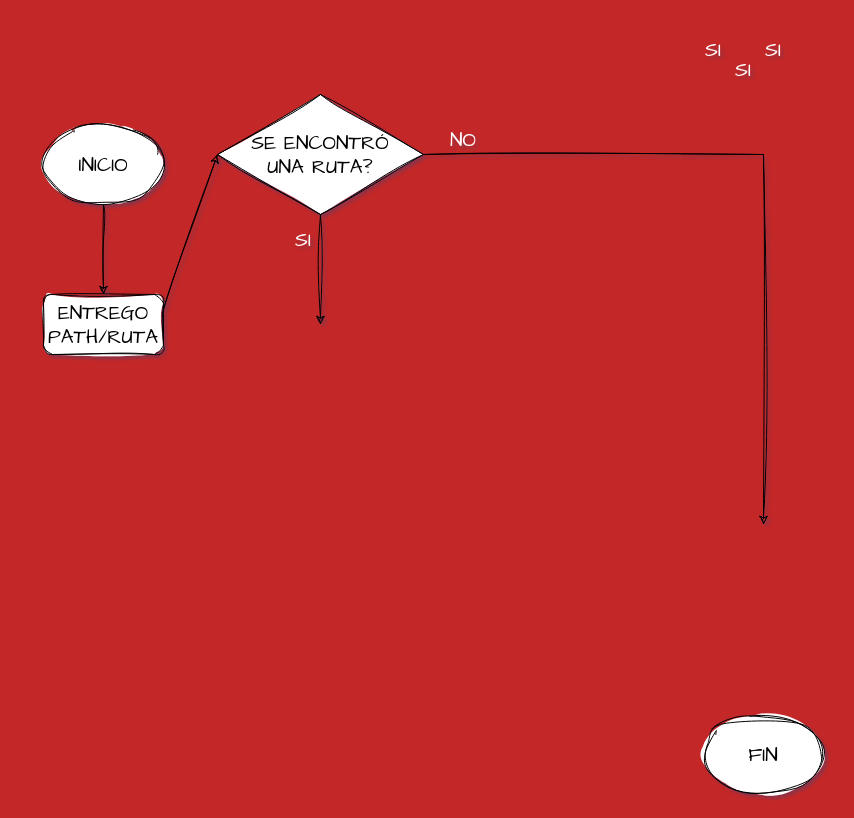
Before: Diagrama sin título.drawio in ElenaNorambuena/DEV007-md-links, a draw.io diagram. Source tidied: cells renumbered, new cells numbered last; positions are measured from the earlier drawing's top-left corner, leaving out a move shared by most shapes. Both pictures are drawn from the tidied source at 100%, with x=0, y=0 at pixel (43, 34).
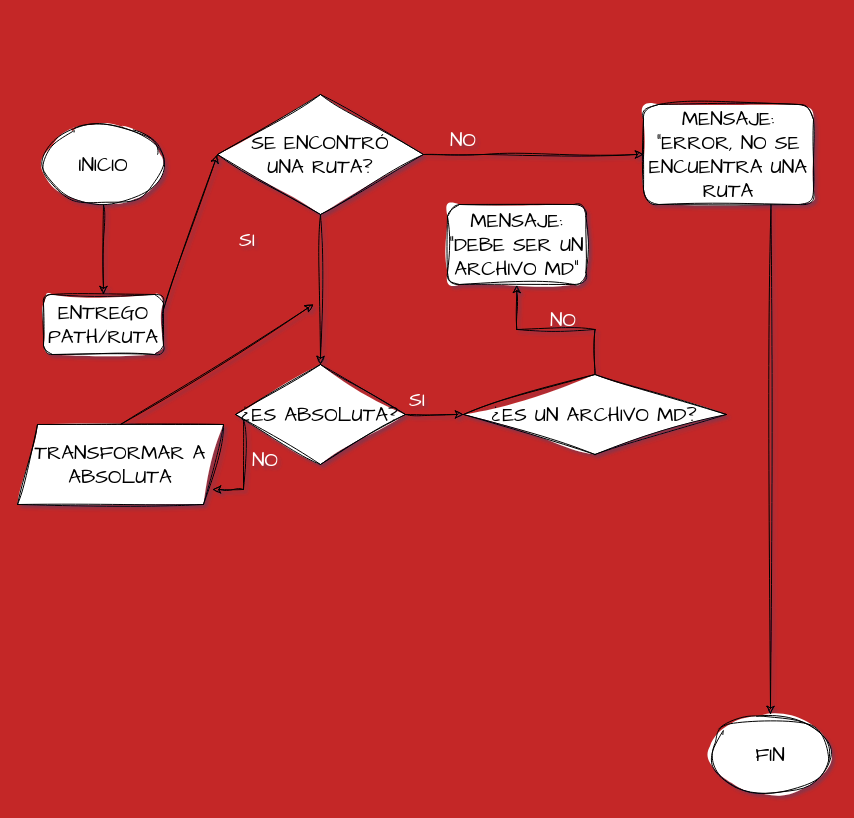
After the change.

Unchanged cells that the change refers to:
```xml
<mxCell id="6" value="SE ENCONTRÓ&lt;br&gt;UNA RUTA?" style="rhombus;whiteSpace=wrap;html=1;sketch=1;hachureGap=4;jiggle=2;curveFitting=1;fontFamily=Architects Daughter;fontSize=20;" parent="1" vertex="1">
  <mxGeometry x="174" y="60" width="206" height="120" as="geometry" />
</mxCell>
```

Change to the diagram source:
```diff
@@
+    <mxCell id="16" style="edgeStyle=orthogonalEdgeStyle;rounded=0;sketch=1;hachureGap=4;jiggle=2;curveFitting=1;jettySize=auto;html=1;fontFamily=Architects Daughter;fontSize=16;" parent="1" edge="1" source="6" target="22">
+      <mxGeometry relative="1" as="geometry" />
+    </mxCell>
@@
     <mxCell id="7" value="&lt;p style=&quot;line-height: 120%;&quot;&gt;&lt;font color=&quot;#ffffff&quot;&gt;SI&lt;/font&gt;&lt;/p&gt;" style="text;html=1;strokeColor=none;fillColor=none;align=center;verticalAlign=middle;whiteSpace=wrap;rounded=0;fontSize=20;fontFamily=Architects Daughter;" parent="1" vertex="1">
-      <mxGeometry x="230" y="190" width="60" height="30" as="geometry" />
+      <mxGeometry x="174" y="190" width="60" height="30" as="geometry" />
     </mxCell>
-    <mxCell id="8" value="&lt;p style=&quot;line-height: 120%;&quot;&gt;&lt;font color=&quot;#ffffff&quot;&gt;SI&lt;/font&gt;&lt;/p&gt;" style="text;html=1;strokeColor=none;fillColor=none;align=center;verticalAlign=middle;whiteSpace=wrap;rounded=0;fontSize=20;fontFamily=Architects Daughter;" parent="1" vertex="1">
-      <mxGeometry x="700" width="60" height="30" as="geometry" />
+    <mxCell id="8" value="&lt;p style=&quot;line-height: 120%;&quot;&gt;&lt;font color=&quot;#ffffff&quot;&gt;NO&lt;/font&gt;&lt;/p&gt;" style="text;html=1;strokeColor=none;fillColor=none;align=center;verticalAlign=middle;whiteSpace=wrap;rounded=0;fontSize=20;fontFamily=Architects Daughter;" parent="1" vertex="1">
+      <mxGeometry x="490" y="270" width="60" height="30" as="geometry" />
     </mxCell>
     <mxCell id="9" value="&lt;p style=&quot;line-height: 120%;&quot;&gt;&lt;font color=&quot;#ffffff&quot;&gt;SI&lt;/font&gt;&lt;/p&gt;" style="text;html=1;strokeColor=none;fillColor=none;align=center;verticalAlign=middle;whiteSpace=wrap;rounded=0;fontSize=20;fontFamily=Architects Daughter;" parent="1" vertex="1">
-      <mxGeometry x="670" y="20" width="60" height="30" as="geometry" />
+      <mxGeometry x="344" y="350" width="60" height="30" as="geometry" />
     </mxCell>
-    <mxCell id="10" value="&lt;p style=&quot;line-height: 120%;&quot;&gt;&lt;font color=&quot;#ffffff&quot;&gt;SI&lt;/font&gt;&lt;/p&gt;" style="text;html=1;strokeColor=none;fillColor=none;align=center;verticalAlign=middle;whiteSpace=wrap;rounded=0;fontSize=20;fontFamily=Architects Daughter;" parent="1" vertex="1">
-      <mxGeometry x="640" width="60" height="30" as="geometry" />
+    <mxCell id="10" value="&lt;p style=&quot;line-height: 120%;&quot;&gt;&lt;font color=&quot;#ffffff&quot;&gt;NO&lt;/font&gt;&lt;/p&gt;" style="text;html=1;strokeColor=none;fillColor=none;align=center;verticalAlign=middle;whiteSpace=wrap;rounded=0;fontSize=20;fontFamily=Architects Daughter;" parent="1" vertex="1">
+      <mxGeometry x="192" y="410" width="60" height="30" as="geometry" />
     </mxCell>
@@
     <mxCell id="13" value="FIN" style="ellipse;whiteSpace=wrap;html=1;sketch=1;hachureGap=4;jiggle=2;curveFitting=1;fontFamily=Architects Daughter;fontSize=20;" parent="1" vertex="1">
-      <mxGeometry x="660" y="680" width="120" height="80" as="geometry" />
+      <mxGeometry x="667" y="680" width="120" height="80" as="geometry" />
     </mxCell>
-    <mxCell id="14" style="endArrow=classic;html=1;rounded=0;sketch=1;hachureGap=4;jiggle=2;curveFitting=1;fontFamily=Architects Daughter;fontSize=16;exitX=1;exitY=0.5;exitDx=0;exitDy=0;" parent="1" edge="1" source="6">
-      <mxGeometry relative="1" as="geometry">
-        <mxPoint x="720" y="490" as="targetPoint" />
-        <Array as="points">
-          <mxPoint x="720" y="120" />
-        </Array>
-      </mxGeometry>
-    </mxCell>
-    <mxCell id="15" style="endArrow=classic;html=1;rounded=0;sketch=1;hachureGap=4;jiggle=2;curveFitting=1;fontFamily=Architects Daughter;fontSize=16;exitX=0.5;exitY=1;exitDx=0;exitDy=0;" parent="1" edge="1" source="6">
-      <mxGeometry relative="1" as="geometry">
-        <mxPoint x="277" y="290" as="targetPoint" />
-      </mxGeometry>
-    </mxCell>
+    <mxCell id="17" style="endArrow=classic;html=1;rounded=0;sketch=1;hachureGap=4;jiggle=2;curveFitting=1;fontFamily=Architects Daughter;fontSize=16;exitX=1;exitY=0.5;exitDx=0;exitDy=0;" parent="1" edge="1" source="6" target="18">
+      <mxGeometry relative="1" as="geometry">
+        <Array as="points">
+          <mxPoint x="440" y="120" />
+        </Array>
+      </mxGeometry>
+    </mxCell>
+    <mxCell id="18" value="MENSAJE: &quot;ERROR, NO SE ENCUENTRA UNA RUTA" style="rounded=1;whiteSpace=wrap;html=1;sketch=1;hachureGap=4;jiggle=2;curveFitting=1;fontFamily=Architects Daughter;fontSize=20;" parent="1" vertex="1">
+      <mxGeometry x="600" y="70" width="170" height="100" as="geometry" />
+    </mxCell>
+    <mxCell id="19" style="endArrow=classic;html=1;rounded=0;sketch=1;hachureGap=4;jiggle=2;curveFitting=1;fontFamily=Architects Daughter;fontSize=16;exitX=0.75;exitY=1;exitDx=0;exitDy=0;" parent="1" edge="1" source="18" target="13">
+      <mxGeometry relative="1" as="geometry" />
+    </mxCell>
+    <mxCell id="20" style="edgeStyle=orthogonalEdgeStyle;rounded=0;sketch=1;hachureGap=4;jiggle=2;curveFitting=1;jettySize=auto;html=1;fontFamily=Architects Daughter;fontSize=16;entryX=0.053;entryY=0.188;entryDx=0;entryDy=0;entryPerimeter=0;" parent="1" edge="1" source="22" target="23">
+      <mxGeometry relative="1" as="geometry">
+        <Array as="points">
+          <mxPoint x="200" y="455" />
+        </Array>
+      </mxGeometry>
+    </mxCell>
+    <mxCell id="21" style="edgeStyle=orthogonalEdgeStyle;rounded=0;sketch=1;hachureGap=4;jiggle=2;curveFitting=1;jettySize=auto;html=1;fontFamily=Architects Daughter;fontSize=16;" parent="1" edge="1" source="22" target="26">
+      <mxGeometry relative="1" as="geometry" />
+    </mxCell>
+    <mxCell id="22" value="¿ES ABSOLUTA?" style="rhombus;whiteSpace=wrap;html=1;fontSize=20;fontFamily=Architects Daughter;sketch=1;hachureGap=4;jiggle=2;curveFitting=1;" parent="1" vertex="1">
+      <mxGeometry x="192" y="330" width="170" height="100" as="geometry" />
+    </mxCell>
+    <mxCell id="23" value="TRANSFORMAR A ABSOLUTA" style="shape=parallelogram;perimeter=parallelogramPerimeter;whiteSpace=wrap;html=1;fixedSize=1;fontSize=20;fontFamily=Architects Daughter;sketch=1;hachureGap=4;jiggle=2;curveFitting=1;direction=west;" parent="1" vertex="1">
+      <mxGeometry x="-26" y="390" width="206" height="80" as="geometry" />
+    </mxCell>
+    <mxCell id="24" style="endArrow=classic;html=1;rounded=0;sketch=1;hachureGap=4;jiggle=2;curveFitting=1;fontFamily=Architects Daughter;fontSize=16;exitX=0.5;exitY=1;exitDx=0;exitDy=0;" parent="1" edge="1" source="23">
+      <mxGeometry relative="1" as="geometry">
+        <mxPoint x="270" y="270" as="targetPoint" />
+      </mxGeometry>
+    </mxCell>
+    <mxCell id="25" style="edgeStyle=orthogonalEdgeStyle;rounded=0;sketch=1;hachureGap=4;jiggle=2;curveFitting=1;jettySize=auto;html=1;fontFamily=Architects Daughter;fontSize=16;" parent="1" edge="1" source="26" target="27">
+      <mxGeometry relative="1" as="geometry" />
+    </mxCell>
+    <mxCell id="26" value="¿ES UN ARCHIVO MD?" style="rhombus;whiteSpace=wrap;html=1;fontSize=20;fontFamily=Architects Daughter;sketch=1;hachureGap=4;jiggle=2;curveFitting=1;" parent="1" vertex="1">
+      <mxGeometry x="420" y="340" width="263" height="80" as="geometry" />
+    </mxCell>
+    <mxCell id="27" value="MENSAJE: &quot;DEBE SER UN ARCHIVO MD&quot;" style="rounded=1;whiteSpace=wrap;html=1;fontSize=20;fontFamily=Architects Daughter;sketch=1;hachureGap=4;jiggle=2;curveFitting=1;" parent="1" vertex="1">
+      <mxGeometry x="404" y="170" width="138.5" height="80" as="geometry" />
+    </mxCell>
```
